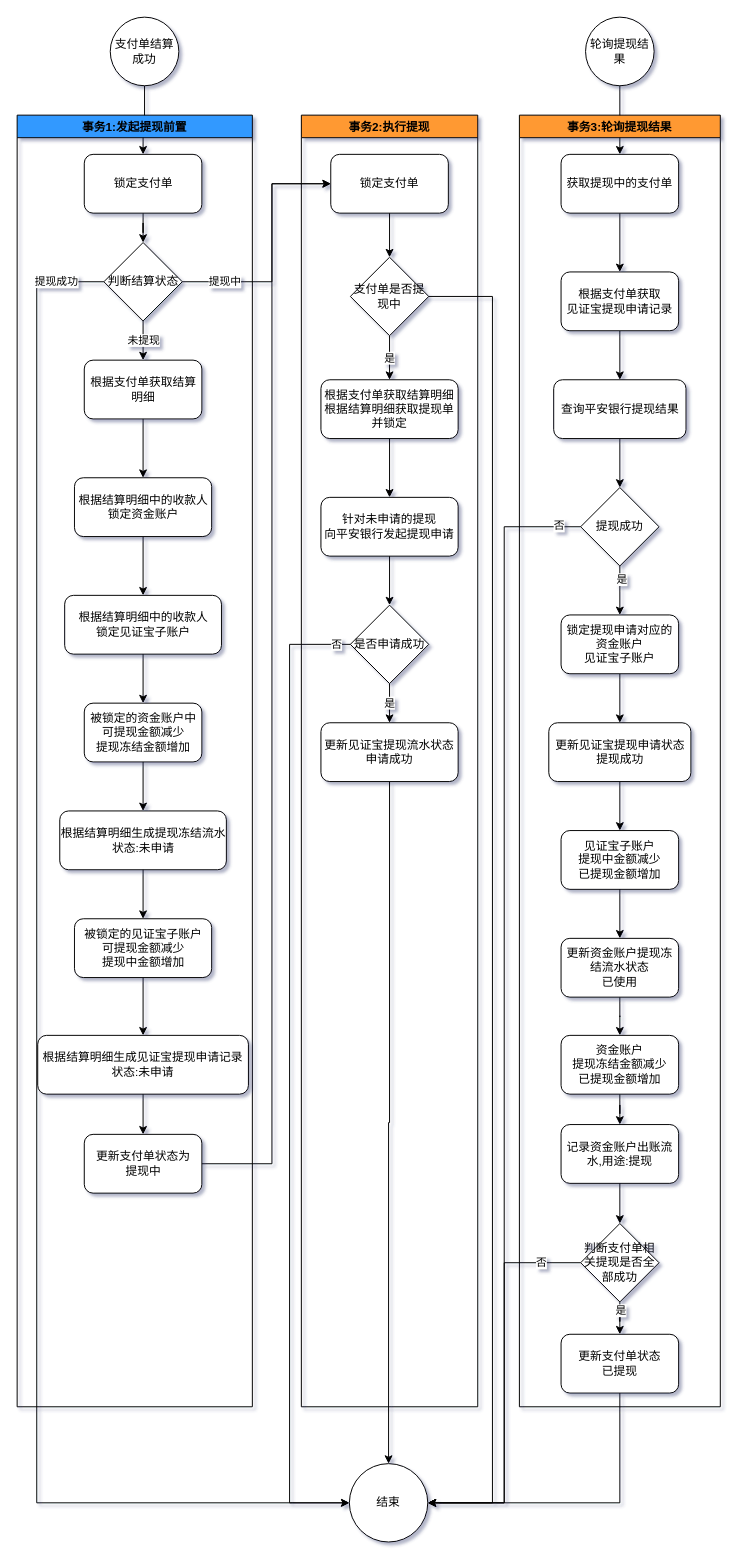
The draw.io diagram 平安银行提现到银行账户.drawio in catface996/images, before the edit. Source tidied: cells renumbered, new cells numbered last; positions are measured from the earlier drawing's top-left corner, leaving out a move shared by most shapes. Both pictures are drawn from the tidied source at 98%, with x=0, y=0 at pixel (17, 17).
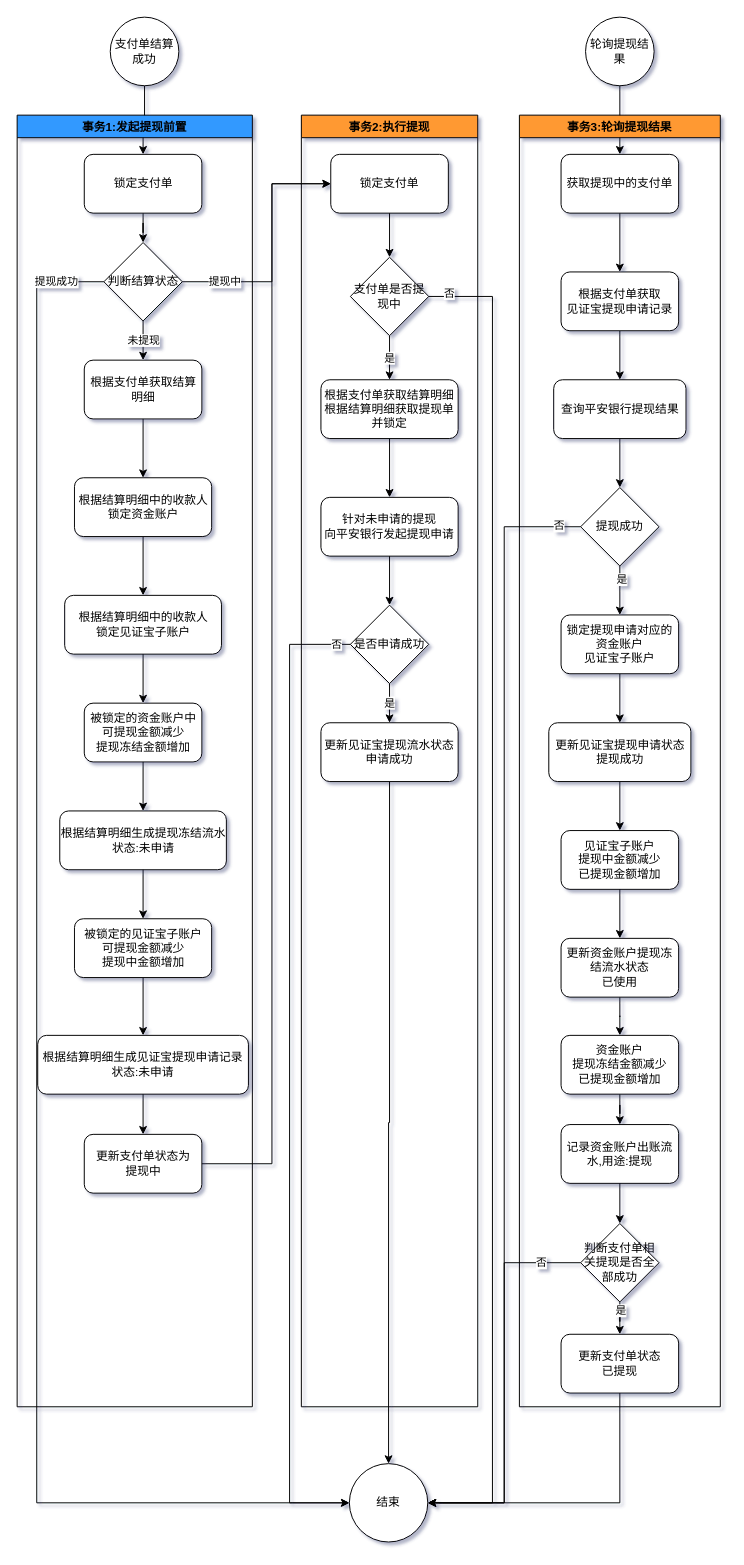
Above is the later version.

Commit message:
更新平安银行提现到银行账户.drawio

Unchanged cells that the change refers to:
```xml
<mxCell id="77" style="edgeStyle=orthogonalEdgeStyle;rounded=0;jettySize=auto;html=1;entryX=1;entryY=0.5;entryDx=0;entryDy=0;" parent="1" edge="1" source="36" target="37">
  <mxGeometry relative="1" as="geometry">
    <Array as="points">
      <mxPoint x="485" y="285" />
      <mxPoint x="485" y="1516" />
    </Array>
  </mxGeometry>
</mxCell>
```

Change to the diagram source:
```diff
@@
+    <mxCell id="78" value="否" style="edgeLabel;html=1;align=center;verticalAlign=middle;" parent="77" vertex="1">
+      <mxGeometry x="-0.97" y="4" relative="1" as="geometry" />
+    </mxCell>
```
